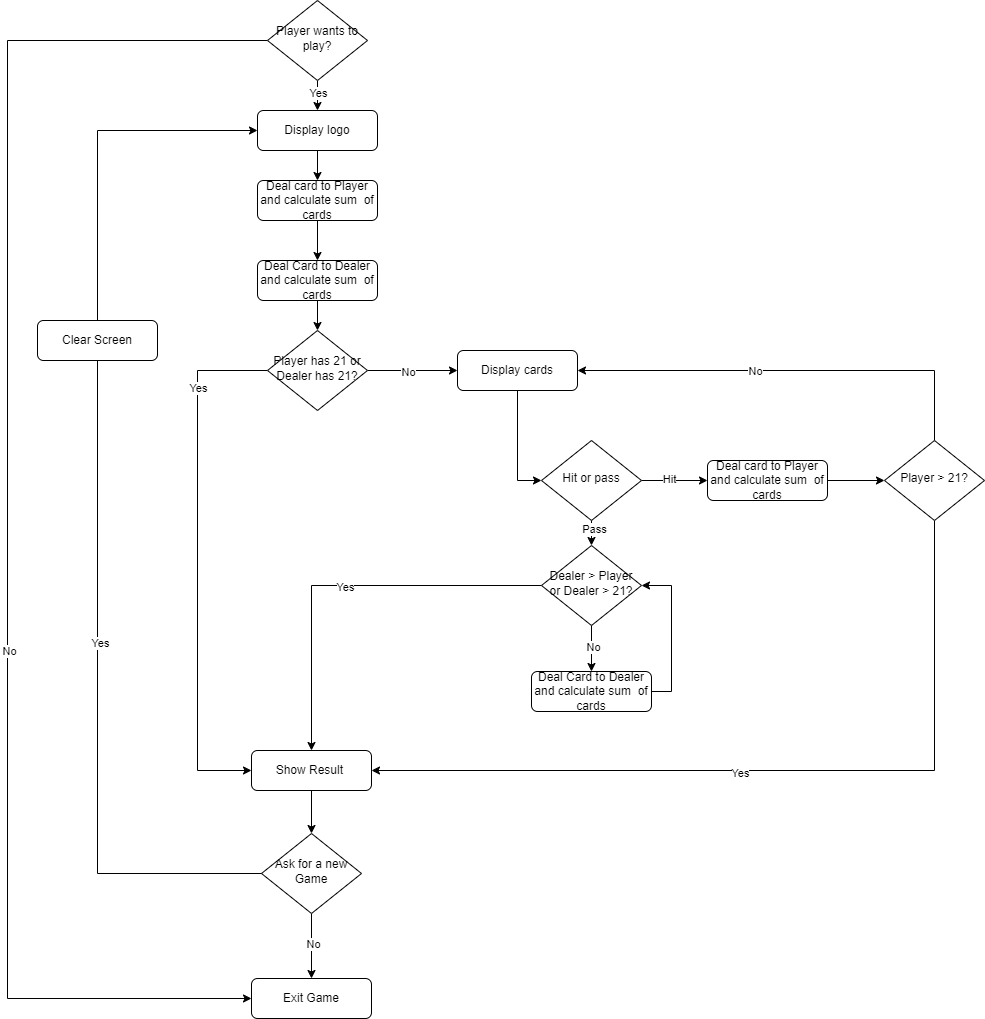
The draw.io diagram day_11_blackjack_game/project_files/flowchart_blackjack.png in ErkanHatipoglu/100-days-of-code, before a commit. Source tidied: cells renumbered, new cells last; positions are measured from the earlier drawing's top-left corner, leaving out a move shared by most shapes. Source of this version:
```xml
<mxGraphModel>
  <root>
    <mxCell id="0" />
    <mxCell id="1" parent="0" />
    <mxCell id="2" style="edgeStyle=orthogonalEdgeStyle;rounded=0;jettySize=auto;html=1;exitX=0.5;exitY=1;exitDx=0;exitDy=0;" parent="1" edge="1" source="3" target="5">
      <mxGeometry relative="1" as="geometry" />
    </mxCell>
    <mxCell id="3" value="Display logo" style="rounded=1;whiteSpace=wrap;html=1;fontSize=12;glass=0;strokeWidth=1;shadow=0;" parent="1" vertex="1">
      <mxGeometry x="250" y="110" width="120" height="40" as="geometry" />
    </mxCell>
    <mxCell id="4" style="edgeStyle=orthogonalEdgeStyle;rounded=0;jettySize=auto;html=1;exitX=0.5;exitY=1;exitDx=0;exitDy=0;" parent="1" edge="1" source="5" target="16">
      <mxGeometry relative="1" as="geometry" />
    </mxCell>
    <mxCell id="5" value="Deal card to Player and calculate sum&amp;nbsp; of cards" style="rounded=1;whiteSpace=wrap;html=1;fontSize=12;glass=0;strokeWidth=1;shadow=0;" parent="1" vertex="1">
      <mxGeometry x="250" y="180" width="120" height="40" as="geometry" />
    </mxCell>
    <mxCell id="6" style="edgeStyle=orthogonalEdgeStyle;rounded=0;jettySize=auto;html=1;exitX=0;exitY=0.5;exitDx=0;exitDy=0;entryX=0;entryY=0.5;entryDx=0;entryDy=0;" parent="1" edge="1" source="10" target="12">
      <mxGeometry relative="1" as="geometry">
        <Array as="points">
          <mxPoint x="190" y="370" />
          <mxPoint x="190" y="770" />
        </Array>
      </mxGeometry>
    </mxCell>
    <mxCell id="7" value="Yes" style="edgeLabel;html=1;align=center;verticalAlign=middle;" parent="6" vertex="1">
      <mxGeometry x="-0.67" relative="1" as="geometry" />
    </mxCell>
    <mxCell id="8" style="edgeStyle=orthogonalEdgeStyle;rounded=0;jettySize=auto;html=1;exitX=1;exitY=0.5;exitDx=0;exitDy=0;" parent="1" edge="1" source="10" target="14">
      <mxGeometry relative="1" as="geometry" />
    </mxCell>
    <mxCell id="9" value="No" style="edgeLabel;html=1;align=center;verticalAlign=middle;" parent="8" vertex="1">
      <mxGeometry x="-0.11" y="-1" relative="1" as="geometry" />
    </mxCell>
    <mxCell id="10" value="Player has 21 or Dealer has 21?" style="rhombus;whiteSpace=wrap;html=1;shadow=0;fontFamily=Helvetica;fontSize=12;align=center;strokeWidth=1;spacing=6;spacingTop=-4;" parent="1" vertex="1">
      <mxGeometry x="260" y="330" width="100" height="80" as="geometry" />
    </mxCell>
    <mxCell id="11" style="edgeStyle=orthogonalEdgeStyle;rounded=0;jettySize=auto;html=1;exitX=0.5;exitY=1;exitDx=0;exitDy=0;entryX=0.5;entryY=0;entryDx=0;entryDy=0;" parent="1" edge="1" source="12" target="21">
      <mxGeometry relative="1" as="geometry" />
    </mxCell>
    <mxCell id="12" value="Show Result&amp;nbsp;" style="rounded=1;whiteSpace=wrap;html=1;fontSize=12;glass=0;strokeWidth=1;shadow=0;" parent="1" vertex="1">
      <mxGeometry x="244" y="750" width="120" height="40" as="geometry" />
    </mxCell>
    <mxCell id="13" style="edgeStyle=orthogonalEdgeStyle;rounded=0;jettySize=auto;html=1;exitX=0.5;exitY=1;exitDx=0;exitDy=0;entryX=0;entryY=0.5;entryDx=0;entryDy=0;" parent="1" edge="1" source="14" target="34">
      <mxGeometry relative="1" as="geometry" />
    </mxCell>
    <mxCell id="14" value="Display cards" style="rounded=1;whiteSpace=wrap;html=1;fontSize=12;glass=0;strokeWidth=1;shadow=0;" parent="1" vertex="1">
      <mxGeometry x="450" y="350" width="120" height="40" as="geometry" />
    </mxCell>
    <mxCell id="15" style="edgeStyle=orthogonalEdgeStyle;rounded=0;jettySize=auto;html=1;exitX=0.5;exitY=1;exitDx=0;exitDy=0;entryX=0.5;entryY=0;entryDx=0;entryDy=0;" parent="1" edge="1" source="16" target="10">
      <mxGeometry relative="1" as="geometry" />
    </mxCell>
    <mxCell id="16" value="Deal Card to Dealer and calculate sum&amp;nbsp; of cards" style="rounded=1;whiteSpace=wrap;html=1;fontSize=12;glass=0;strokeWidth=1;shadow=0;" parent="1" vertex="1">
      <mxGeometry x="250" y="260" width="120" height="40" as="geometry" />
    </mxCell>
    <mxCell id="17" value="Exit Game" style="rounded=1;whiteSpace=wrap;html=1;fontSize=12;glass=0;strokeWidth=1;shadow=0;" parent="1" vertex="1">
      <mxGeometry x="244" y="978" width="120" height="40" as="geometry" />
    </mxCell>
    <mxCell id="18" style="edgeStyle=orthogonalEdgeStyle;rounded=0;jettySize=auto;html=1;exitX=0.5;exitY=1;exitDx=0;exitDy=0;" parent="1" edge="1" source="21" target="17">
      <mxGeometry relative="1" as="geometry" />
    </mxCell>
    <mxCell id="19" value="No" style="edgeLabel;html=1;align=center;verticalAlign=middle;" parent="18" vertex="1">
      <mxGeometry x="-0.08" y="1" relative="1" as="geometry" />
    </mxCell>
    <mxCell id="20" style="edgeStyle=orthogonalEdgeStyle;rounded=0;jettySize=auto;html=1;exitX=0;exitY=0.5;exitDx=0;exitDy=0;entryX=0;entryY=0.5;entryDx=0;entryDy=0;" parent="1" edge="1" source="29" target="3">
      <mxGeometry relative="1" as="geometry">
        <Array as="points">
          <mxPoint x="90" y="130" />
        </Array>
      </mxGeometry>
    </mxCell>
    <mxCell id="21" value="Ask for a new Game" style="rhombus;whiteSpace=wrap;html=1;shadow=0;fontFamily=Helvetica;fontSize=12;align=center;strokeWidth=1;spacing=6;spacingTop=-4;" parent="1" vertex="1">
      <mxGeometry x="254" y="833" width="100" height="80" as="geometry" />
    </mxCell>
    <mxCell id="22" style="edgeStyle=orthogonalEdgeStyle;rounded=0;jettySize=auto;html=1;exitX=0.5;exitY=1;exitDx=0;exitDy=0;entryX=0.5;entryY=0;entryDx=0;entryDy=0;" parent="1" edge="1" source="26" target="3">
      <mxGeometry relative="1" as="geometry" />
    </mxCell>
    <mxCell id="23" value="Yes" style="edgeLabel;html=1;align=center;verticalAlign=middle;" parent="22" vertex="1">
      <mxGeometry x="-0.19" relative="1" as="geometry" />
    </mxCell>
    <mxCell id="24" style="edgeStyle=orthogonalEdgeStyle;rounded=0;jettySize=auto;html=1;exitX=0;exitY=0.5;exitDx=0;exitDy=0;entryX=0;entryY=0.5;entryDx=0;entryDy=0;" parent="1" edge="1" source="26" target="17">
      <mxGeometry relative="1" as="geometry">
        <Array as="points">
          <mxPoint y="40" />
          <mxPoint y="998" />
        </Array>
      </mxGeometry>
    </mxCell>
    <mxCell id="25" value="No" style="edgeLabel;html=1;align=center;verticalAlign=middle;" parent="24" vertex="1">
      <mxGeometry x="0.19" y="1" relative="1" as="geometry" />
    </mxCell>
    <mxCell id="26" value="Player wants to play?" style="rhombus;whiteSpace=wrap;html=1;shadow=0;fontFamily=Helvetica;fontSize=12;align=center;strokeWidth=1;spacing=6;spacingTop=-4;" parent="1" vertex="1">
      <mxGeometry x="260" width="100" height="80" as="geometry" />
    </mxCell>
    <mxCell id="27" style="edgeStyle=orthogonalEdgeStyle;rounded=0;jettySize=auto;html=1;exitX=0;exitY=0.5;exitDx=0;exitDy=0;entryX=0;entryY=0.5;entryDx=0;entryDy=0;" parent="1" edge="1" source="21" target="29">
      <mxGeometry relative="1" as="geometry">
        <Array as="points">
          <mxPoint x="90" y="873" />
          <mxPoint x="90" y="340" />
        </Array>
      </mxGeometry>
    </mxCell>
    <mxCell id="28" value="Yes" style="edgeLabel;html=1;align=center;verticalAlign=middle;" parent="27" vertex="1">
      <mxGeometry x="0.04" y="-2" relative="1" as="geometry" />
    </mxCell>
    <mxCell id="29" value="Clear Screen" style="rounded=1;whiteSpace=wrap;html=1;fontSize=12;glass=0;strokeWidth=1;shadow=0;" parent="1" vertex="1">
      <mxGeometry x="30" y="320" width="120" height="40" as="geometry" />
    </mxCell>
    <mxCell id="30" style="edgeStyle=orthogonalEdgeStyle;rounded=0;jettySize=auto;html=1;exitX=0.5;exitY=1;exitDx=0;exitDy=0;entryX=0.5;entryY=0;entryDx=0;entryDy=0;" parent="1" edge="1" source="34" target="39">
      <mxGeometry relative="1" as="geometry" />
    </mxCell>
    <mxCell id="31" value="Pass" style="edgeLabel;html=1;align=center;verticalAlign=middle;" parent="30" vertex="1">
      <mxGeometry x="-0.3" y="2" relative="1" as="geometry" />
    </mxCell>
    <mxCell id="32" style="edgeStyle=orthogonalEdgeStyle;rounded=0;jettySize=auto;html=1;exitX=1;exitY=0.5;exitDx=0;exitDy=0;" parent="1" edge="1" source="34" target="43">
      <mxGeometry relative="1" as="geometry" />
    </mxCell>
    <mxCell id="33" value="Hit" style="edgeLabel;html=1;align=center;verticalAlign=middle;" parent="32" vertex="1">
      <mxGeometry x="-0.16" y="2" relative="1" as="geometry" />
    </mxCell>
    <mxCell id="34" value="Hit or pass" style="rhombus;whiteSpace=wrap;html=1;shadow=0;fontFamily=Helvetica;fontSize=12;align=center;strokeWidth=1;spacing=6;spacingTop=-4;" parent="1" vertex="1">
      <mxGeometry x="534" y="440" width="100" height="80" as="geometry" />
    </mxCell>
    <mxCell id="35" style="edgeStyle=orthogonalEdgeStyle;rounded=0;jettySize=auto;html=1;exitX=0;exitY=0.5;exitDx=0;exitDy=0;entryX=0.5;entryY=0;entryDx=0;entryDy=0;" parent="1" edge="1" source="39" target="12">
      <mxGeometry relative="1" as="geometry" />
    </mxCell>
    <mxCell id="36" value="Yes" style="edgeLabel;html=1;align=center;verticalAlign=middle;" parent="35" vertex="1">
      <mxGeometry x="-0.01" y="1" relative="1" as="geometry" />
    </mxCell>
    <mxCell id="37" style="edgeStyle=orthogonalEdgeStyle;rounded=0;jettySize=auto;html=1;exitX=0.5;exitY=1;exitDx=0;exitDy=0;entryX=0.5;entryY=0;entryDx=0;entryDy=0;" parent="1" edge="1" source="39" target="41">
      <mxGeometry relative="1" as="geometry" />
    </mxCell>
    <mxCell id="38" value="No" style="edgeLabel;html=1;align=center;verticalAlign=middle;" parent="37" vertex="1">
      <mxGeometry x="-0.06" y="1" relative="1" as="geometry" />
    </mxCell>
    <mxCell id="39" value="Dealer &amp;gt; Player or Dealer &amp;gt; 21?" style="rhombus;whiteSpace=wrap;html=1;shadow=0;fontFamily=Helvetica;fontSize=12;align=center;strokeWidth=1;spacing=6;spacingTop=-4;" parent="1" vertex="1">
      <mxGeometry x="534" y="545" width="100" height="80" as="geometry" />
    </mxCell>
    <mxCell id="40" style="edgeStyle=orthogonalEdgeStyle;rounded=0;jettySize=auto;html=1;exitX=1;exitY=0.5;exitDx=0;exitDy=0;entryX=1;entryY=0.5;entryDx=0;entryDy=0;" parent="1" edge="1" source="41" target="39">
      <mxGeometry relative="1" as="geometry" />
    </mxCell>
    <mxCell id="41" value="Deal Card to Dealer and calculate sum&amp;nbsp; of cards" style="rounded=1;whiteSpace=wrap;html=1;fontSize=12;glass=0;strokeWidth=1;shadow=0;" parent="1" vertex="1">
      <mxGeometry x="524" y="671" width="120" height="40" as="geometry" />
    </mxCell>
    <mxCell id="42" style="edgeStyle=orthogonalEdgeStyle;rounded=0;jettySize=auto;html=1;exitX=1;exitY=0.5;exitDx=0;exitDy=0;entryX=0;entryY=0.5;entryDx=0;entryDy=0;" parent="1" edge="1" source="43" target="48">
      <mxGeometry relative="1" as="geometry" />
    </mxCell>
    <mxCell id="43" value="Deal card to Player and calculate sum&amp;nbsp; of cards" style="rounded=1;whiteSpace=wrap;html=1;fontSize=12;glass=0;strokeWidth=1;shadow=0;" parent="1" vertex="1">
      <mxGeometry x="700" y="460" width="120" height="40" as="geometry" />
    </mxCell>
    <mxCell id="44" style="edgeStyle=orthogonalEdgeStyle;rounded=0;jettySize=auto;html=1;exitX=0.5;exitY=0;exitDx=0;exitDy=0;entryX=1;entryY=0.5;entryDx=0;entryDy=0;" parent="1" edge="1" source="48" target="14">
      <mxGeometry relative="1" as="geometry" />
    </mxCell>
    <mxCell id="45" value="No" style="edgeLabel;html=1;align=center;verticalAlign=middle;" parent="44" vertex="1">
      <mxGeometry x="0.17" relative="1" as="geometry" />
    </mxCell>
    <mxCell id="46" style="edgeStyle=orthogonalEdgeStyle;rounded=0;jettySize=auto;html=1;exitX=0.5;exitY=1;exitDx=0;exitDy=0;entryX=1;entryY=0.5;entryDx=0;entryDy=0;" parent="1" edge="1" source="48" target="12">
      <mxGeometry relative="1" as="geometry" />
    </mxCell>
    <mxCell id="47" value="Yes" style="edgeLabel;html=1;align=center;verticalAlign=middle;" parent="46" vertex="1">
      <mxGeometry x="0.09" y="2" relative="1" as="geometry">
        <mxPoint x="-1" as="offset" />
      </mxGeometry>
    </mxCell>
    <mxCell id="48" value="Player &amp;gt; 21?" style="rhombus;whiteSpace=wrap;html=1;shadow=0;fontFamily=Helvetica;fontSize=12;align=center;strokeWidth=1;spacing=6;spacingTop=-4;" parent="1" vertex="1">
      <mxGeometry x="877" y="440" width="100" height="80" as="geometry" />
    </mxCell>
  </root>
</mxGraphModel>
```
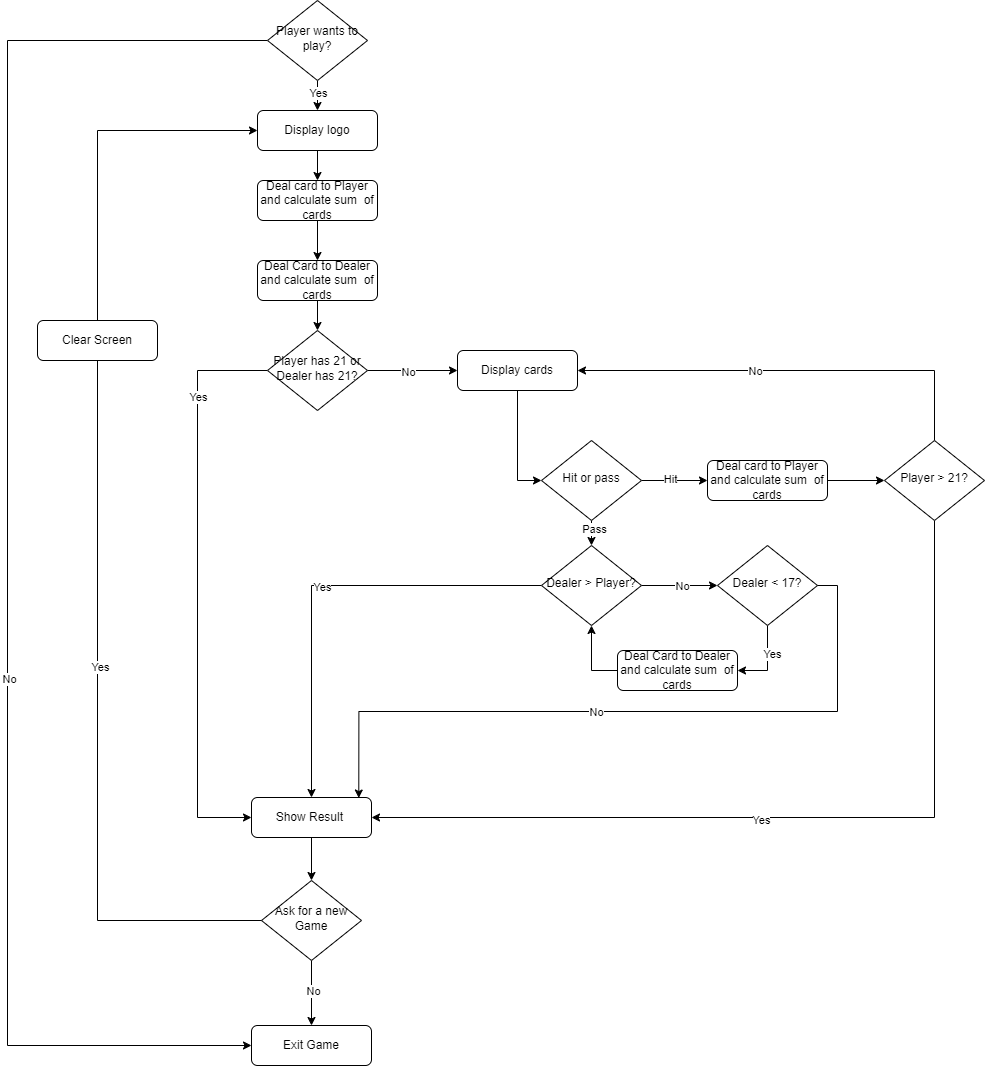
After the commit.

Change to the diagram source:
```diff
@@ -18,7 +18,7 @@
       <mxGeometry relative="1" as="geometry">
         <Array as="points">
           <mxPoint x="190" y="370" />
-          <mxPoint x="190" y="770" />
+          <mxPoint x="190" y="817" />
         </Array>
       </mxGeometry>
     </mxCell>
@@ -38,7 +38,7 @@
       <mxGeometry relative="1" as="geometry" />
     </mxCell>
     <mxCell id="12" value="Show Result&amp;nbsp;" style="rounded=1;whiteSpace=wrap;html=1;fontSize=12;glass=0;strokeWidth=1;shadow=0;" parent="1" vertex="1">
-      <mxGeometry x="244" y="750" width="120" height="40" as="geometry" />
+      <mxGeometry x="244" y="797" width="120" height="40" as="geometry" />
     </mxCell>
     <mxCell id="13" style="edgeStyle=orthogonalEdgeStyle;rounded=0;jettySize=auto;html=1;exitX=0.5;exitY=1;exitDx=0;exitDy=0;entryX=0;entryY=0.5;entryDx=0;entryDy=0;" parent="1" edge="1" source="14" target="34">
       <mxGeometry relative="1" as="geometry" />
@@ -53,7 +53,7 @@
       <mxGeometry x="250" y="260" width="120" height="40" as="geometry" />
     </mxCell>
     <mxCell id="17" value="Exit Game" style="rounded=1;whiteSpace=wrap;html=1;fontSize=12;glass=0;strokeWidth=1;shadow=0;" parent="1" vertex="1">
-      <mxGeometry x="244" y="978" width="120" height="40" as="geometry" />
+      <mxGeometry x="244" y="1025" width="120" height="40" as="geometry" />
     </mxCell>
     <mxCell id="18" style="edgeStyle=orthogonalEdgeStyle;rounded=0;jettySize=auto;html=1;exitX=0.5;exitY=1;exitDx=0;exitDy=0;" parent="1" edge="1" source="21" target="17">
       <mxGeometry relative="1" as="geometry" />
@@ -69,7 +69,7 @@
       </mxGeometry>
     </mxCell>
     <mxCell id="21" value="Ask for a new Game" style="rhombus;whiteSpace=wrap;html=1;shadow=0;fontFamily=Helvetica;fontSize=12;align=center;strokeWidth=1;spacing=6;spacingTop=-4;" parent="1" vertex="1">
-      <mxGeometry x="254" y="833" width="100" height="80" as="geometry" />
+      <mxGeometry x="254" y="880" width="100" height="80" as="geometry" />
     </mxCell>
     <mxCell id="22" style="edgeStyle=orthogonalEdgeStyle;rounded=0;jettySize=auto;html=1;exitX=0.5;exitY=1;exitDx=0;exitDy=0;entryX=0.5;entryY=0;entryDx=0;entryDy=0;" parent="1" edge="1" source="26" target="3">
       <mxGeometry relative="1" as="geometry" />
@@ -81,7 +81,7 @@
       <mxGeometry relative="1" as="geometry">
         <Array as="points">
           <mxPoint y="40" />
-          <mxPoint y="998" />
+          <mxPoint y="1045" />
         </Array>
       </mxGeometry>
     </mxCell>
@@ -94,7 +94,7 @@
     <mxCell id="27" style="edgeStyle=orthogonalEdgeStyle;rounded=0;jettySize=auto;html=1;exitX=0;exitY=0.5;exitDx=0;exitDy=0;entryX=0;entryY=0.5;entryDx=0;entryDy=0;" parent="1" edge="1" source="21" target="29">
       <mxGeometry relative="1" as="geometry">
         <Array as="points">
-          <mxPoint x="90" y="873" />
+          <mxPoint x="90" y="920" />
           <mxPoint x="90" y="340" />
         </Array>
       </mxGeometry>
@@ -126,20 +126,20 @@
     <mxCell id="36" value="Yes" style="edgeLabel;html=1;align=center;verticalAlign=middle;" parent="35" vertex="1">
       <mxGeometry x="-0.01" y="1" relative="1" as="geometry" />
     </mxCell>
-    <mxCell id="37" style="edgeStyle=orthogonalEdgeStyle;rounded=0;jettySize=auto;html=1;exitX=0.5;exitY=1;exitDx=0;exitDy=0;entryX=0.5;entryY=0;entryDx=0;entryDy=0;" parent="1" edge="1" source="39" target="41">
-      <mxGeometry relative="1" as="geometry" />
-    </mxCell>
-    <mxCell id="38" value="No" style="edgeLabel;html=1;align=center;verticalAlign=middle;" parent="37" vertex="1">
-      <mxGeometry x="-0.06" y="1" relative="1" as="geometry" />
-    </mxCell>
+    <mxCell id="49" style="edgeStyle=orthogonalEdgeStyle;rounded=0;jettySize=auto;html=1;exitX=1;exitY=0.5;exitDx=0;exitDy=0;entryX=0;entryY=0.5;entryDx=0;entryDy=0;" parent="1" edge="1" source="39" target="53">
+      <mxGeometry relative="1" as="geometry" />
+    </mxCell>
+    <mxCell id="50" value="No" style="edgeLabel;html=1;align=center;verticalAlign=middle;" parent="49" vertex="1">
+      <mxGeometry x="0.04" relative="1" as="geometry" />
+    </mxCell>
-    <mxCell id="39" value="Dealer &amp;gt; Player or Dealer &amp;gt; 21?" style="rhombus;whiteSpace=wrap;html=1;shadow=0;fontFamily=Helvetica;fontSize=12;align=center;strokeWidth=1;spacing=6;spacingTop=-4;" parent="1" vertex="1">
+    <mxCell id="39" value="Dealer &amp;gt; Player?" style="rhombus;whiteSpace=wrap;html=1;shadow=0;fontFamily=Helvetica;fontSize=12;align=center;strokeWidth=1;spacing=6;spacingTop=-4;" parent="1" vertex="1">
       <mxGeometry x="534" y="545" width="100" height="80" as="geometry" />
     </mxCell>
-    <mxCell id="40" style="edgeStyle=orthogonalEdgeStyle;rounded=0;jettySize=auto;html=1;exitX=1;exitY=0.5;exitDx=0;exitDy=0;entryX=1;entryY=0.5;entryDx=0;entryDy=0;" parent="1" edge="1" source="41" target="39">
+    <mxCell id="40" style="edgeStyle=orthogonalEdgeStyle;rounded=0;jettySize=auto;html=1;exitX=0;exitY=0.5;exitDx=0;exitDy=0;entryX=0.5;entryY=1;entryDx=0;entryDy=0;" parent="1" edge="1" source="41" target="39">
       <mxGeometry relative="1" as="geometry" />
     </mxCell>
     <mxCell id="41" value="Deal Card to Dealer and calculate sum&amp;nbsp; of cards" style="rounded=1;whiteSpace=wrap;html=1;fontSize=12;glass=0;strokeWidth=1;shadow=0;" parent="1" vertex="1">
-      <mxGeometry x="524" y="671" width="120" height="40" as="geometry" />
+      <mxGeometry x="610" y="650" width="120" height="40" as="geometry" />
     </mxCell>
     <mxCell id="42" style="edgeStyle=orthogonalEdgeStyle;rounded=0;jettySize=auto;html=1;exitX=1;exitY=0.5;exitDx=0;exitDy=0;entryX=0;entryY=0.5;entryDx=0;entryDy=0;" parent="1" edge="1" source="43" target="48">
       <mxGeometry relative="1" as="geometry" />
@@ -164,5 +164,20 @@
     <mxCell id="48" value="Player &amp;gt; 21?" style="rhombus;whiteSpace=wrap;html=1;shadow=0;fontFamily=Helvetica;fontSize=12;align=center;strokeWidth=1;spacing=6;spacingTop=-4;" parent="1" vertex="1">
       <mxGeometry x="877" y="440" width="100" height="80" as="geometry" />
     </mxCell>
+    <mxCell id="51" style="edgeStyle=orthogonalEdgeStyle;rounded=0;jettySize=auto;html=1;exitX=0.5;exitY=1;exitDx=0;exitDy=0;entryX=1;entryY=0.5;entryDx=0;entryDy=0;" parent="1" edge="1" source="53" target="41">
+      <mxGeometry relative="1" as="geometry" />
+    </mxCell>
+    <mxCell id="52" value="Yes" style="edgeLabel;html=1;align=center;verticalAlign=middle;" parent="51" vertex="1">
+      <mxGeometry x="-0.23" y="4" relative="1" as="geometry" />
+    </mxCell>
+    <mxCell id="53" value="Dealer &amp;lt; 17?" style="rhombus;whiteSpace=wrap;html=1;shadow=0;fontFamily=Helvetica;fontSize=12;align=center;strokeWidth=1;spacing=6;spacingTop=-4;" parent="1" vertex="1">
+      <mxGeometry x="710" y="545" width="100" height="80" as="geometry" />
+    </mxCell>
+    <mxCell id="54" style="edgeStyle=orthogonalEdgeStyle;rounded=0;jettySize=auto;html=1;exitX=1;exitY=0.5;exitDx=0;exitDy=0;entryX=0.894;entryY=0.013;entryDx=0;entryDy=0;entryPerimeter=0;" parent="1" edge="1" source="53" target="12">
+      <mxGeometry relative="1" as="geometry" />
+    </mxCell>
+    <mxCell id="55" value="No" style="edgeLabel;html=1;align=center;verticalAlign=middle;" parent="54" vertex="1">
+      <mxGeometry x="0.09" relative="1" as="geometry" />
+    </mxCell>
   </root>
 </mxGraphModel>
```
